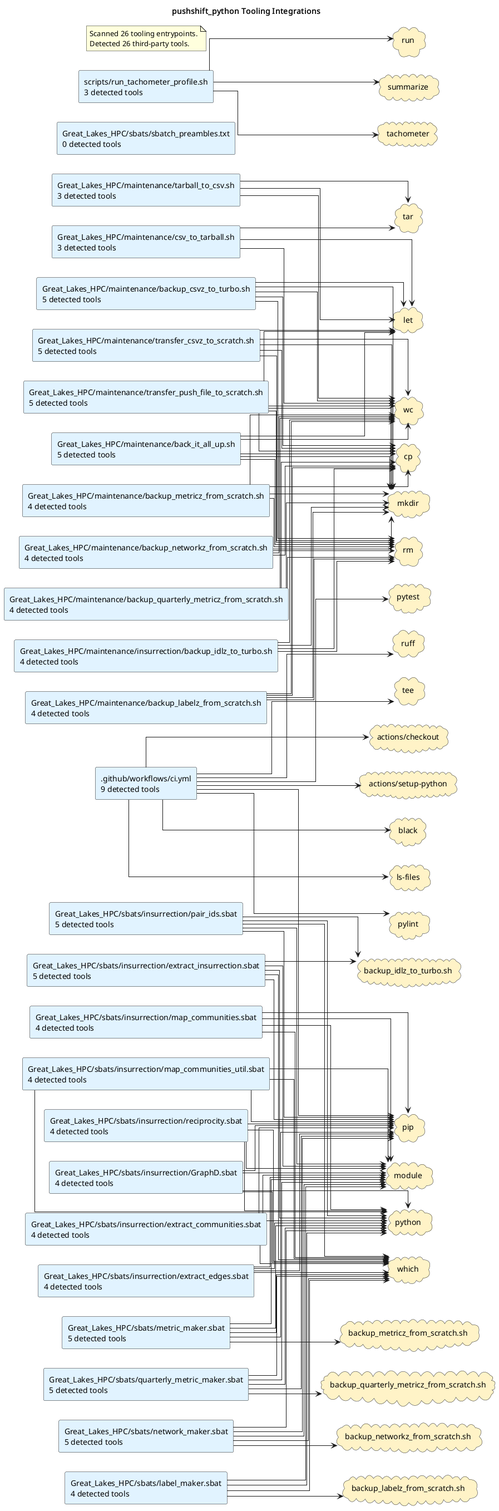
This is docs/diagrams/tooling-integrations.puml.png from casonk/pushshift_python, a PlantUML export, as it was before one commit.
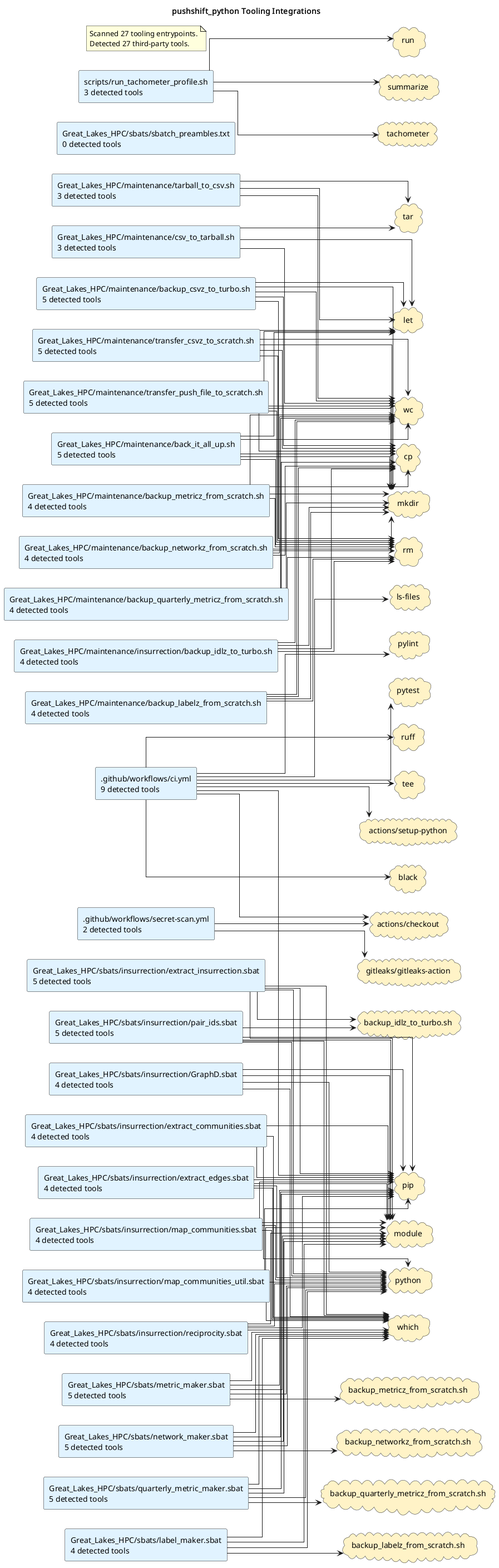
After the commit.

Commit message:
docs: refresh diagrams; ci: exclude baseline from workspace-path scan

What changed in the source:
```diff
@@ -6,6 +6,7 @@
 skinparam componentStyle rectangle
 skinparam linetype ortho
 rectangle ".github/workflows/ci.yml\n9 detected tools" as source_github_workflows_ci_yml #E0F2FE
+rectangle ".github/workflows/secret-scan.yml\n2 detected tools" as source_github_workflows_secret_scan_yml #E0F2FE
 rectangle "Great_Lakes_HPC/maintenance/back_it_all_up.sh\n5 detected tools" as source_great_lakes_hpc_maintenance_back_it_all_up_sh #E0F2FE
 rectangle "Great_Lakes_HPC/maintenance/backup_csvz_to_turbo.sh\n5 detected tools" as source_great_lakes_hpc_maintenance_backup_csvz_to_turbo_sh #E0F2FE
 rectangle "Great_Lakes_HPC/maintenance/backup_labelz_from_scratch.sh\n4 detected tools" as source_great_lakes_hpc_maintenance_backup_labelz_from_scratch_sh #E0F2FE
@@ -40,6 +41,7 @@
 cloud "backup_quarterly_metricz_from_scratch.sh" as tool_backup_quarterly_metricz_from_scratch_sh #FEF3C7
 cloud "black" as tool_black #FEF3C7
 cloud "cp" as tool_cp #FEF3C7
+cloud "gitleaks/gitleaks-action" as tool_gitleaks_gitleaks_action #FEF3C7
 cloud "let" as tool_let #FEF3C7
 cloud "ls-files" as tool_ls_files #FEF3C7
 cloud "mkdir" as tool_mkdir #FEF3C7
@@ -66,6 +68,8 @@
 source_github_workflows_ci_yml --> tool_pytest
 source_github_workflows_ci_yml --> tool_ruff
 source_github_workflows_ci_yml --> tool_tee
+source_github_workflows_secret_scan_yml --> tool_actions_checkout
+source_github_workflows_secret_scan_yml --> tool_gitleaks_gitleaks_action
 source_great_lakes_hpc_maintenance_back_it_all_up_sh --> tool_cp
 source_great_lakes_hpc_maintenance_back_it_all_up_sh --> tool_let
 source_great_lakes_hpc_maintenance_back_it_all_up_sh --> tool_mkdir
@@ -169,7 +173,7 @@
 source_scripts_run_tachometer_profile_sh --> tool_summarize
 source_scripts_run_tachometer_profile_sh --> tool_tachometer
 note as toolingGraphSummary
-Scanned 26 tooling entrypoints.
-Detected 26 third-party tools.
+Scanned 27 tooling entrypoints.
+Detected 27 third-party tools.
 end note
 @enduml
```
